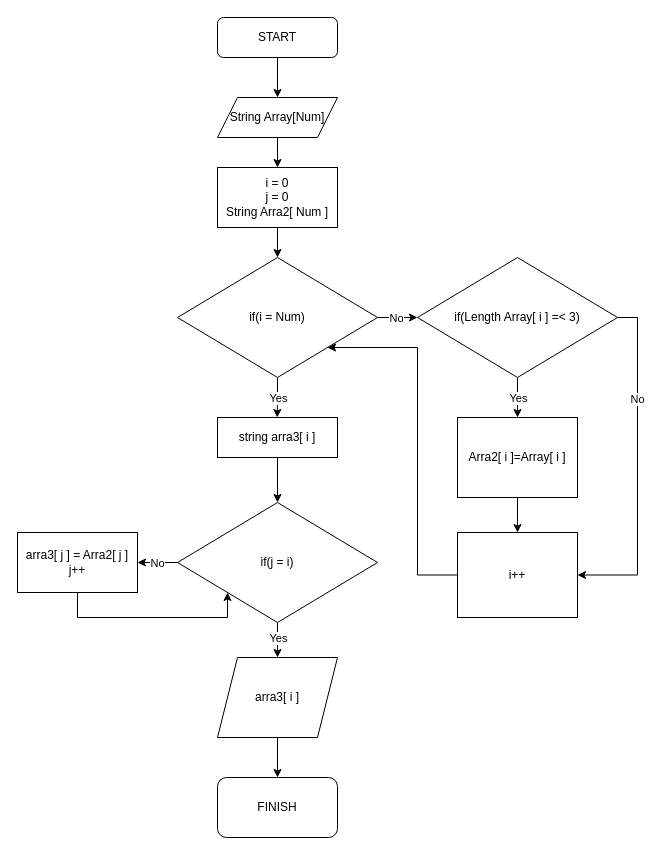
Before: Алгоритм.drawio in GrafMels/Verification-work, a draw.io diagram. Source tidied: cells renumbered, new cells numbered last; positions are measured from the earlier drawing's top-left corner, leaving out a move shared by most shapes. Both pictures are drawn from the tidied source at 100%, with x=0, y=0 at pixel (17, 17).
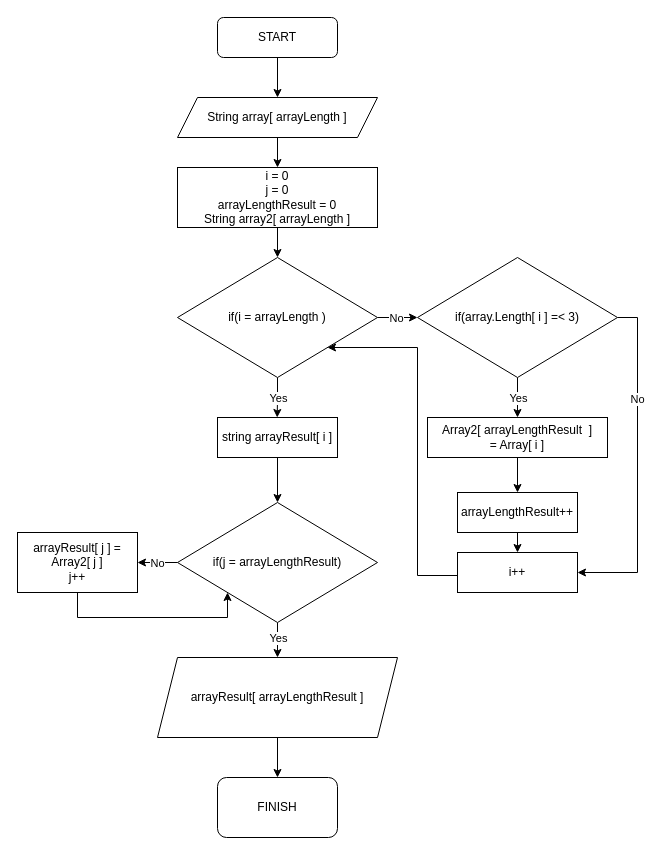
The same page after the edit.

Commit message (it also covers changes not shown here):
Verification-work: Program + Changes Algotrithm

Diff of the diagram source:
```diff
@@
-    <mxCell id="5" value="String Array[Num]" style="shape=parallelogram;perimeter=parallelogramPerimeter;whiteSpace=wrap;html=1;fixedSize=1;" parent="1" vertex="1">
-      <mxGeometry x="200" y="80" width="120" height="40" as="geometry" />
+    <mxCell id="5" value="String array[ arrayLength&amp;nbsp;&lt;span style=&quot;background-color: initial;&quot;&gt;]&lt;/span&gt;" style="shape=parallelogram;perimeter=parallelogramPerimeter;whiteSpace=wrap;html=1;fixedSize=1;" parent="1" vertex="1">
+      <mxGeometry x="160" y="80" width="200" height="40" as="geometry" />
     </mxCell>
@@
-    <mxCell id="7" value="i = 0&lt;br&gt;j = 0&lt;br&gt;String Arra2[ Num ]" style="rounded=0;whiteSpace=wrap;html=1;" parent="1" vertex="1">
-      <mxGeometry x="200" y="150" width="120" height="60" as="geometry" />
+    <mxCell id="7" value="i = 0&lt;br&gt;j = 0&lt;br&gt;arrayLengthResult = 0&lt;br&gt;String array2[ arrayLength ]" style="rounded=0;whiteSpace=wrap;html=1;" parent="1" vertex="1">
+      <mxGeometry x="160" y="150" width="200" height="60" as="geometry" />
     </mxCell>
@@
-    <mxCell id="12" value="if(i = Num)" style="rhombus;whiteSpace=wrap;html=1;direction=east;" parent="1" vertex="1">
+    <mxCell id="12" value="if(i = arrayLength )" style="rhombus;whiteSpace=wrap;html=1;direction=east;" parent="1" vertex="1">
       <mxGeometry x="160" y="240" width="200" height="120" as="geometry" />
     </mxCell>
@@
-    <mxCell id="17" value="if(Length Array[ i ] =&amp;lt; 3)" style="rhombus;whiteSpace=wrap;html=1;" parent="1" vertex="1">
+    <mxCell id="17" value="if(array.Length[ i ] =&amp;lt; 3)" style="rhombus;whiteSpace=wrap;html=1;" parent="1" vertex="1">
       <mxGeometry x="400" y="240" width="200" height="120" as="geometry" />
     </mxCell>
-    <mxCell id="18" style="edgeStyle=orthogonalEdgeStyle;rounded=0;jettySize=auto;html=1;exitX=0.5;exitY=1;exitDx=0;exitDy=0;entryX=0.5;entryY=0;entryDx=0;entryDy=0;" parent="1" edge="1" source="19" target="21">
-      <mxGeometry relative="1" as="geometry" />
-    </mxCell>
+    <mxCell id="34" style="edgeStyle=orthogonalEdgeStyle;rounded=0;jettySize=auto;html=1;exitX=0.5;exitY=1;exitDx=0;exitDy=0;entryX=0.5;entryY=0;entryDx=0;entryDy=0;" parent="1" edge="1" source="19" target="36">
+      <mxGeometry relative="1" as="geometry" />
+    </mxCell>
-    <mxCell id="19" value="Arra2[ i ]=Array[ i ]" style="rounded=0;whiteSpace=wrap;html=1;" parent="1" vertex="1">
-      <mxGeometry x="440" y="400" width="120" height="80" as="geometry" />
+    <mxCell id="19" value="Array2[ arrayLengthResult&amp;nbsp;&amp;nbsp;]&lt;br&gt;= Array[ i ]" style="rounded=0;whiteSpace=wrap;html=1;" parent="1" vertex="1">
+      <mxGeometry x="410" y="400" width="180" height="40" as="geometry" />
     </mxCell>
@@
     <mxCell id="21" value="i++" style="rounded=0;whiteSpace=wrap;html=1;" parent="1" vertex="1">
-      <mxGeometry x="440" y="515" width="120" height="85" as="geometry" />
+      <mxGeometry x="440" y="535" width="120" height="40" as="geometry" />
     </mxCell>
@@
-    <mxCell id="26" value="if(j = i)" style="rhombus;whiteSpace=wrap;html=1;" parent="1" vertex="1">
+    <mxCell id="26" value="if(j = arrayLengthResult)" style="rhombus;whiteSpace=wrap;html=1;" parent="1" vertex="1">
       <mxGeometry x="160" y="485" width="200" height="120" as="geometry" />
     </mxCell>
@@
-    <mxCell id="28" value="string arra3[ i ]" style="rounded=0;whiteSpace=wrap;html=1;" parent="1" vertex="1">
+    <mxCell id="28" value="string arrayResult[ i ]" style="rounded=0;whiteSpace=wrap;html=1;" parent="1" vertex="1">
       <mxGeometry x="200" y="400" width="120" height="40" as="geometry" />
     </mxCell>
@@
-    <mxCell id="30" value="arra3[ j ] = Arra2[ j ]&lt;br&gt;j++" style="rounded=0;whiteSpace=wrap;html=1;" parent="1" vertex="1">
+    <mxCell id="30" value="arrayResult[ j ] = Array2[ j ]&lt;br&gt;j++" style="rounded=0;whiteSpace=wrap;html=1;" parent="1" vertex="1">
       <mxGeometry y="515" width="120" height="60" as="geometry" />
     </mxCell>
@@
-    <mxCell id="32" value="arra3[ i ]" style="shape=parallelogram;perimeter=parallelogramPerimeter;whiteSpace=wrap;html=1;fixedSize=1;" parent="1" vertex="1">
-      <mxGeometry x="200" y="640" width="120" height="80" as="geometry" />
+    <mxCell id="32" value="arrayResult[ arrayLengthResult&amp;nbsp;]" style="shape=parallelogram;perimeter=parallelogramPerimeter;whiteSpace=wrap;html=1;fixedSize=1;" parent="1" vertex="1">
+      <mxGeometry x="140" y="640" width="240" height="80" as="geometry" />
     </mxCell>
@@
+    <mxCell id="35" style="edgeStyle=orthogonalEdgeStyle;rounded=0;jettySize=auto;html=1;exitX=0.5;exitY=1;exitDx=0;exitDy=0;entryX=0.5;entryY=0;entryDx=0;entryDy=0;" parent="1" edge="1" source="36" target="21">
+      <mxGeometry relative="1" as="geometry" />
+    </mxCell>
+    <mxCell id="36" value="arrayLengthResult++" style="rounded=0;whiteSpace=wrap;html=1;" parent="1" vertex="1">
+      <mxGeometry x="440" y="475" width="120" height="40" as="geometry" />
+    </mxCell>
```
